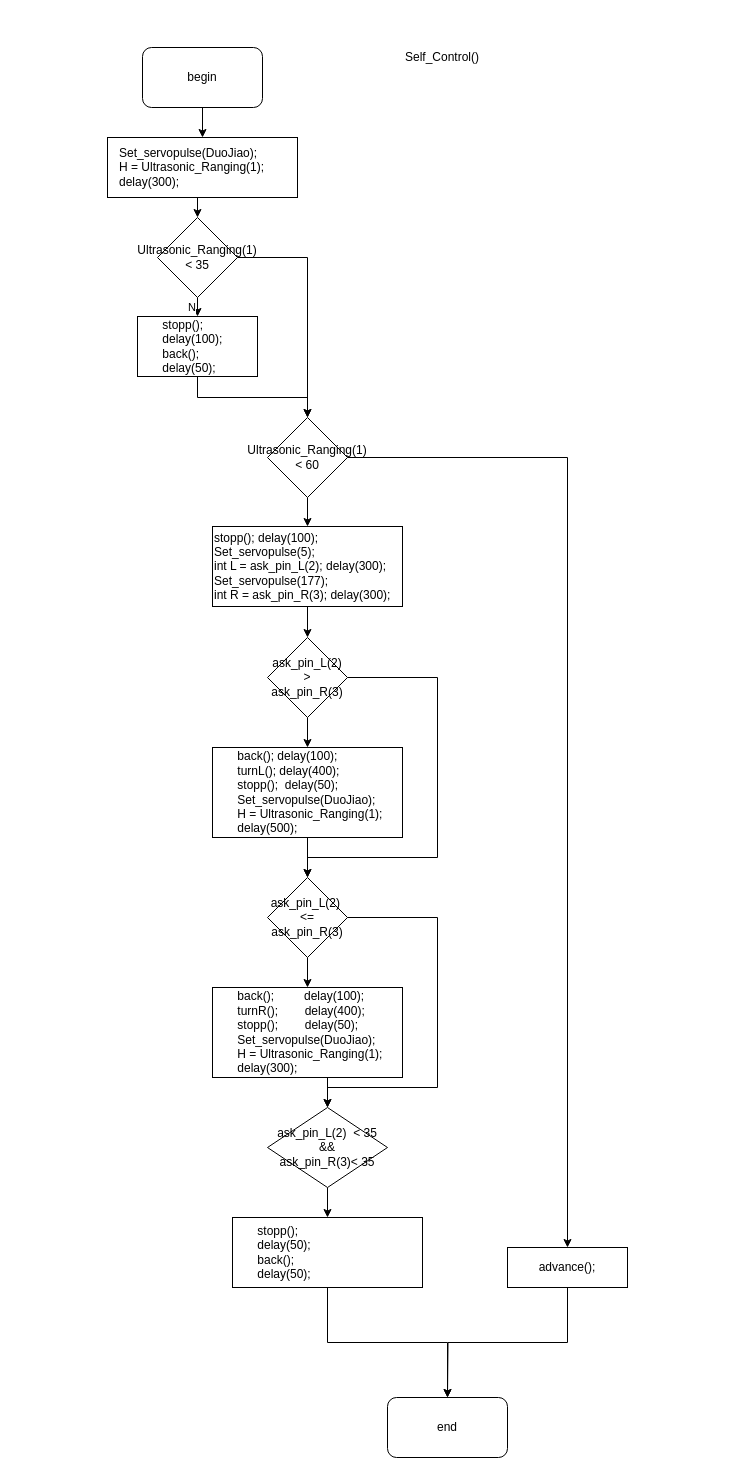
Above: page "Self_Control" (2 of 5) of Obstacle_Avoidance_Car.drawio in TLR1000/robocar (draw.io), before the change. Source tidied: cells renumbered, new cells numbered last; positions are measured from the earlier drawing's top-left corner, leaving out a move shared by most shapes. Both pictures are drawn from the tidied source at 100%, with x=0, y=0 at pixel (107, 47).
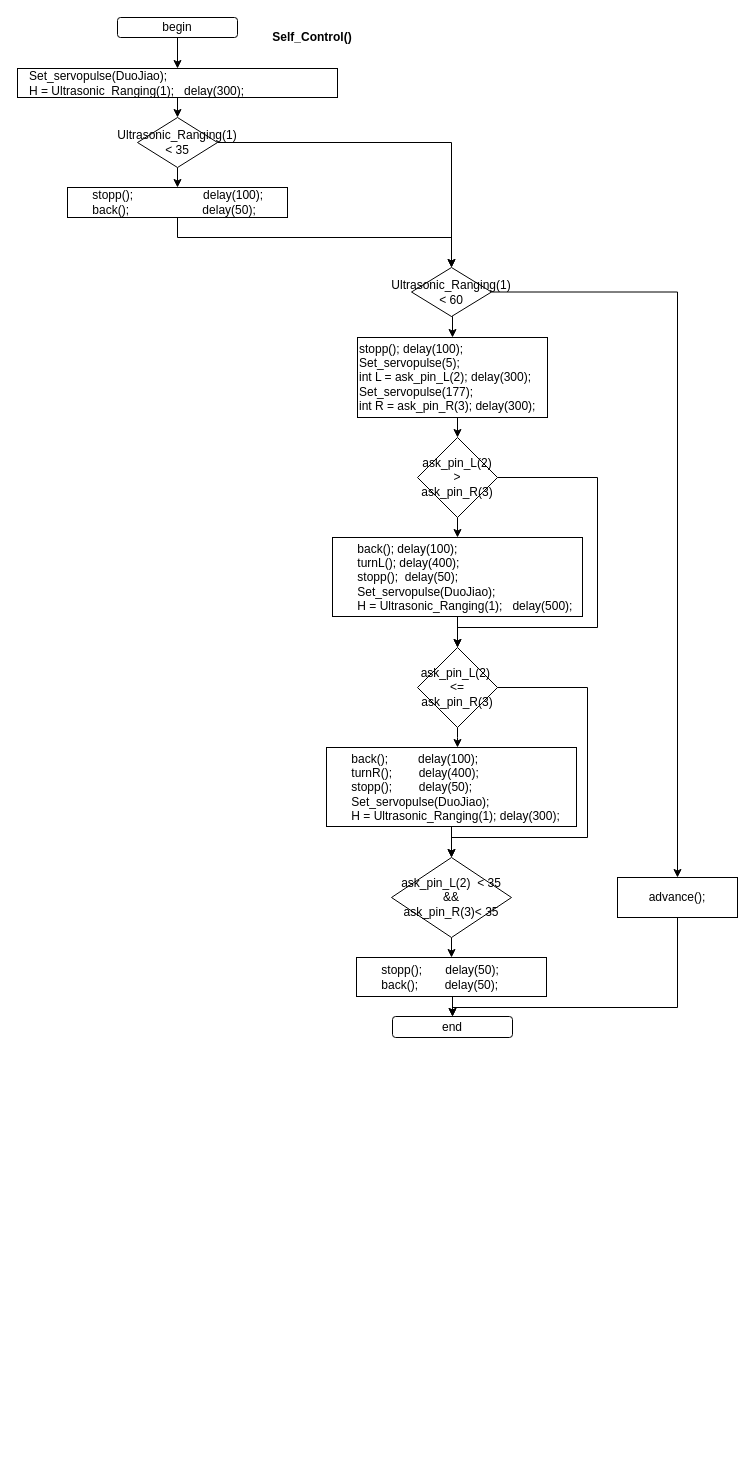
The same page after the edit.

What changed in the source:
```diff
@@
-    <mxCell id="2" style="edgeStyle=orthogonalEdgeStyle;rounded=0;jettySize=auto;html=1;exitX=0.5;exitY=1;exitDx=0;exitDy=0;entryX=0.5;entryY=0;entryDx=0;entryDy=0;" parent="1" edge="1" target="6">
-      <mxGeometry relative="1" as="geometry">
-        <mxPoint x="90" y="150" as="sourcePoint" />
-      </mxGeometry>
+    <mxCell id="2" style="edgeStyle=orthogonalEdgeStyle;rounded=0;jettySize=auto;html=1;exitX=0.5;exitY=1;exitDx=0;exitDy=0;entryX=0.5;entryY=0;entryDx=0;entryDy=0;" parent="1" edge="1" source="31" target="6">
+      <mxGeometry relative="1" as="geometry" />
     </mxCell>
-    <mxCell id="3" value="Self_Control()" style="text;html=1;strokeColor=none;fillColor=none;align=center;verticalAlign=middle;whiteSpace=wrap;rounded=0;" parent="1" vertex="1">
-      <mxGeometry x="315" width="40" height="20" as="geometry" />
+    <mxCell id="3" value="Self_Control()" style="text;html=1;strokeColor=none;fillColor=none;align=center;verticalAlign=middle;whiteSpace=wrap;rounded=0;fontStyle=1;" parent="1" vertex="1">
+      <mxGeometry x="185" y="-20" width="40" height="20" as="geometry" />
     </mxCell>
+    <mxCell id="5" style="edgeStyle=orthogonalEdgeStyle;rounded=0;jettySize=auto;html=1;exitX=1;exitY=0.5;exitDx=0;exitDy=0;entryX=0.5;entryY=0;entryDx=0;entryDy=0;" parent="1" edge="1" source="6" target="11">
+      <mxGeometry relative="1" as="geometry" />
+    </mxCell>
-    <mxCell id="4" value="&lt;div&gt;N&lt;/div&gt;" style="edgeStyle=orthogonalEdgeStyle;rounded=0;jettySize=auto;html=1;exitX=0.5;exitY=1;exitDx=0;exitDy=0;entryX=0.5;entryY=0;entryDx=0;entryDy=0;align=right;" parent="1" edge="1" source="6" target="8">
+    <mxCell id="4" style="edgeStyle=orthogonalEdgeStyle;rounded=0;jettySize=auto;html=1;exitX=0.5;exitY=1;exitDx=0;exitDy=0;entryX=0.5;entryY=0;entryDx=0;entryDy=0;" parent="1" edge="1" source="6" target="8">
       <mxGeometry relative="1" as="geometry" />
     </mxCell>
-    <mxCell id="5" style="edgeStyle=orthogonalEdgeStyle;rounded=0;jettySize=auto;html=1;exitX=1;exitY=0.5;exitDx=0;exitDy=0;entryX=0.5;entryY=0;entryDx=0;entryDy=0;" parent="1" edge="1" source="6" target="11">
-      <mxGeometry relative="1" as="geometry" />
-    </mxCell>
     <mxCell id="6" value="Ultrasonic_Ranging(1) &amp;lt; 35" style="rhombus;whiteSpace=wrap;html=1;align=center;" parent="1" vertex="1">
-      <mxGeometry x="50" y="170" width="80" height="80" as="geometry" />
+      <mxGeometry x="30" y="70" width="80" height="50" as="geometry" />
     </mxCell>
     <mxCell id="7" style="edgeStyle=orthogonalEdgeStyle;rounded=0;jettySize=auto;html=1;exitX=0.5;exitY=1;exitDx=0;exitDy=0;entryX=0.5;entryY=0;entryDx=0;entryDy=0;" parent="1" edge="1" source="8" target="11">
       <mxGeometry relative="1" as="geometry">
         <Array as="points">
-          <mxPoint x="90" y="350" />
-          <mxPoint x="200" y="350" />
+          <mxPoint x="70" y="190" />
+          <mxPoint x="344" y="190" />
         </Array>
       </mxGeometry>
     </mxCell>
-    <mxCell id="8" value="&lt;div&gt;&amp;nbsp; &amp;nbsp; &amp;nbsp; &amp;nbsp;stopp();&amp;nbsp; &amp;nbsp; &amp;nbsp; &amp;nbsp; &amp;nbsp; &amp;nbsp; &amp;nbsp;&amp;nbsp;&lt;/div&gt;&lt;div&gt;&amp;nbsp; &amp;nbsp; &amp;nbsp; &amp;nbsp;delay(100);&lt;/div&gt;&lt;div&gt;&amp;nbsp; &amp;nbsp; &amp;nbsp; &amp;nbsp;back();&amp;nbsp; &amp;nbsp; &amp;nbsp; &amp;nbsp; &amp;nbsp; &amp;nbsp; &amp;nbsp; &amp;nbsp;&lt;/div&gt;&lt;div&gt;&amp;nbsp; &amp;nbsp; &amp;nbsp; &amp;nbsp;delay(50);&lt;/div&gt;" style="rounded=0;whiteSpace=wrap;html=1;align=left;" parent="1" vertex="1">
-      <mxGeometry x="30" y="269" width="120" height="60" as="geometry" />
+    <mxCell id="8" value="&lt;div&gt;&amp;nbsp; &amp;nbsp; &amp;nbsp; &amp;nbsp;stopp();&amp;nbsp; &amp;nbsp; &amp;nbsp; &amp;nbsp; &amp;nbsp; &amp;nbsp; &amp;nbsp;&amp;nbsp;&lt;span&gt;&amp;nbsp; &amp;nbsp; &amp;nbsp; &amp;nbsp;delay(100);&lt;/span&gt;&lt;/div&gt;&lt;div&gt;&amp;nbsp; &amp;nbsp; &amp;nbsp; &amp;nbsp;back();&amp;nbsp; &amp;nbsp; &amp;nbsp; &amp;nbsp; &amp;nbsp; &amp;nbsp; &amp;nbsp; &amp;nbsp;&lt;span&gt;&amp;nbsp; &amp;nbsp; &amp;nbsp; &amp;nbsp;delay(50);&lt;/span&gt;&lt;/div&gt;" style="rounded=0;whiteSpace=wrap;html=1;align=left;" parent="1" vertex="1">
+      <mxGeometry x="-40" y="140" width="220" height="30" as="geometry" />
     </mxCell>
@@
     <mxCell id="11" value="&lt;span style=&quot;white-space: normal;&quot;&gt;Ultrasonic_Ranging(1) &amp;lt; 60&lt;/span&gt;" style="rhombus;whiteSpace=wrap;html=1;align=center;" parent="1" vertex="1">
-      <mxGeometry x="160" y="370" width="80" height="80" as="geometry" />
+      <mxGeometry x="304" y="220" width="80" height="49" as="geometry" />
     </mxCell>
@@
     <mxCell id="13" value="&lt;span style=&quot;white-space: nowrap&quot;&gt;stopp(); delay(100);&amp;nbsp;&lt;/span&gt;&lt;br style=&quot;white-space: nowrap&quot;&gt;&lt;span style=&quot;white-space: nowrap&quot;&gt;Set_servopulse(5);&amp;nbsp;&lt;/span&gt;&lt;br style=&quot;white-space: nowrap&quot;&gt;&lt;span style=&quot;white-space: nowrap&quot;&gt;int L = ask_pin_L(2); delay(300);&amp;nbsp;&lt;/span&gt;&lt;br style=&quot;white-space: nowrap&quot;&gt;&lt;span style=&quot;white-space: nowrap&quot;&gt;Set_servopulse(177);&amp;nbsp;&lt;/span&gt;&lt;br style=&quot;white-space: nowrap&quot;&gt;&lt;span style=&quot;white-space: nowrap&quot;&gt;int R = ask_pin_R(3); delay(300);&lt;/span&gt;" style="rounded=0;whiteSpace=wrap;html=1;align=left;" parent="1" vertex="1">
-      <mxGeometry x="105" y="479" width="190" height="80" as="geometry" />
+      <mxGeometry x="250" y="290" width="190" height="80" as="geometry" />
     </mxCell>
@@
     <mxCell id="15" style="edgeStyle=orthogonalEdgeStyle;rounded=0;jettySize=auto;html=1;exitX=1;exitY=0.5;exitDx=0;exitDy=0;entryX=0.5;entryY=0;entryDx=0;entryDy=0;" parent="1" edge="1" source="16" target="20">
       <mxGeometry relative="1" as="geometry">
         <Array as="points">
-          <mxPoint x="330" y="630" />
-          <mxPoint x="330" y="810" />
-          <mxPoint x="200" y="810" />
+          <mxPoint x="490" y="430" />
+          <mxPoint x="490" y="580" />
+          <mxPoint x="350" y="580" />
         </Array>
       </mxGeometry>
     </mxCell>
     <mxCell id="16" value="ask_pin_L(2) &amp;gt; ask_pin_R(3)" style="rhombus;whiteSpace=wrap;html=1;align=center;" parent="1" vertex="1">
-      <mxGeometry x="160" y="590" width="80" height="80" as="geometry" />
+      <mxGeometry x="310" y="390" width="80" height="80" as="geometry" />
     </mxCell>
@@
-    <mxCell id="18" value="&lt;div&gt;&lt;span style=&quot;white-space: nowrap&quot;&gt;&amp;nbsp; &amp;nbsp; &amp;nbsp; &amp;nbsp;back();&amp;nbsp;&lt;/span&gt;&lt;span style=&quot;white-space: nowrap&quot;&gt;delay(100);&amp;nbsp; &amp;nbsp; &amp;nbsp;&amp;nbsp;&lt;/span&gt;&lt;/div&gt;&lt;div&gt;&lt;span style=&quot;white-space: nowrap&quot;&gt;&amp;nbsp; &amp;nbsp; &amp;nbsp; &amp;nbsp;turnL();&lt;/span&gt;&lt;span style=&quot;white-space: nowrap&quot;&gt;&amp;nbsp;delay(400);&amp;nbsp; &amp;nbsp; &amp;nbsp; &amp;nbsp; &amp;nbsp; &amp;nbsp; &amp;nbsp; &amp;nbsp; &amp;nbsp;&amp;nbsp;&lt;/span&gt;&lt;/div&gt;&lt;div&gt;&lt;span style=&quot;white-space: nowrap&quot;&gt;&amp;nbsp; &amp;nbsp; &amp;nbsp; &amp;nbsp;stopp();&amp;nbsp; d&lt;/span&gt;&lt;span style=&quot;white-space: nowrap&quot;&gt;elay(50);&amp;nbsp; &amp;nbsp; &amp;nbsp; &amp;nbsp; &amp;nbsp; &amp;nbsp;&amp;nbsp;&lt;/span&gt;&lt;/div&gt;&lt;div&gt;&lt;span style=&quot;white-space: nowrap&quot;&gt;&amp;nbsp; &amp;nbsp; &amp;nbsp; &amp;nbsp;Set_servopulse(DuoJiao);&lt;/span&gt;&lt;/div&gt;&lt;div&gt;&lt;span style=&quot;white-space: nowrap&quot;&gt;&amp;nbsp; &amp;nbsp; &amp;nbsp; &amp;nbsp;H = Ultrasonic_Ranging(1);&lt;/span&gt;&lt;/div&gt;&lt;div&gt;&lt;span style=&quot;white-space: nowrap&quot;&gt;&amp;nbsp; &amp;nbsp; &amp;nbsp; &amp;nbsp;delay(500);&lt;/span&gt;&lt;/div&gt;" style="rounded=0;whiteSpace=wrap;html=1;align=left;" parent="1" vertex="1">
-      <mxGeometry x="105" y="700" width="190" height="90" as="geometry" />
+    <mxCell id="18" value="&lt;div&gt;&lt;span style=&quot;white-space: nowrap&quot;&gt;&amp;nbsp; &amp;nbsp; &amp;nbsp; &amp;nbsp;back();&amp;nbsp;&lt;/span&gt;&lt;span style=&quot;white-space: nowrap&quot;&gt;delay(100);&amp;nbsp; &amp;nbsp; &amp;nbsp;&amp;nbsp;&lt;/span&gt;&lt;/div&gt;&lt;div&gt;&lt;span style=&quot;white-space: nowrap&quot;&gt;&amp;nbsp; &amp;nbsp; &amp;nbsp; &amp;nbsp;turnL();&lt;/span&gt;&lt;span style=&quot;white-space: nowrap&quot;&gt;&amp;nbsp;delay(400);&amp;nbsp; &amp;nbsp; &amp;nbsp; &amp;nbsp; &amp;nbsp; &amp;nbsp; &amp;nbsp; &amp;nbsp; &amp;nbsp;&amp;nbsp;&lt;/span&gt;&lt;/div&gt;&lt;div&gt;&lt;span style=&quot;white-space: nowrap&quot;&gt;&amp;nbsp; &amp;nbsp; &amp;nbsp; &amp;nbsp;stopp();&amp;nbsp; d&lt;/span&gt;&lt;span style=&quot;white-space: nowrap&quot;&gt;elay(50);&amp;nbsp; &amp;nbsp; &amp;nbsp; &amp;nbsp; &amp;nbsp; &amp;nbsp;&amp;nbsp;&lt;/span&gt;&lt;/div&gt;&lt;div&gt;&lt;span style=&quot;white-space: nowrap&quot;&gt;&amp;nbsp; &amp;nbsp; &amp;nbsp; &amp;nbsp;Set_servopulse(DuoJiao);&lt;/span&gt;&lt;/div&gt;&lt;div&gt;&lt;span style=&quot;white-space: nowrap&quot;&gt;&amp;nbsp; &amp;nbsp; &amp;nbsp; &amp;nbsp;H = Ultrasonic_Ranging(1);&lt;/span&gt;&lt;span style=&quot;white-space: nowrap&quot;&gt;&amp;nbsp; &amp;nbsp;delay(500);&lt;/span&gt;&lt;/div&gt;" style="rounded=0;whiteSpace=wrap;html=1;align=left;" parent="1" vertex="1">
+      <mxGeometry x="225" y="490" width="250" height="79" as="geometry" />
     </mxCell>
     <mxCell id="19" style="edgeStyle=orthogonalEdgeStyle;rounded=0;jettySize=auto;html=1;exitX=0.5;exitY=1;exitDx=0;exitDy=0;" parent="1" edge="1" source="20" target="23">
-      <mxGeometry relative="1" as="geometry" />
+      <mxGeometry relative="1" as="geometry">
+        <Array as="points">
+          <mxPoint x="350" y="690" />
+          <mxPoint x="350" y="690" />
+        </Array>
+      </mxGeometry>
     </mxCell>
     <mxCell id="20" value="ask_pin_L(2)&amp;nbsp; &amp;lt;= ask_pin_R(3)" style="rhombus;whiteSpace=wrap;html=1;align=center;" parent="1" vertex="1">
-      <mxGeometry x="160" y="830" width="80" height="80" as="geometry" />
+      <mxGeometry x="310" y="600" width="80" height="80" as="geometry" />
     </mxCell>
-    <mxCell id="21" style="edgeStyle=orthogonalEdgeStyle;rounded=0;jettySize=auto;html=1;exitX=0.5;exitY=1;exitDx=0;exitDy=0;entryX=0.5;entryY=0;entryDx=0;entryDy=0;" parent="1" edge="1" source="23" target="25">
+    <mxCell id="21" style="edgeStyle=orthogonalEdgeStyle;rounded=0;jettySize=auto;html=1;entryX=0.5;entryY=0;entryDx=0;entryDy=0;exitX=0.5;exitY=1;exitDx=0;exitDy=0;" parent="1" edge="1" source="23" target="25">
       <mxGeometry relative="1" as="geometry" />
     </mxCell>
     <mxCell id="22" style="edgeStyle=orthogonalEdgeStyle;rounded=0;jettySize=auto;html=1;exitX=1;exitY=0.5;exitDx=0;exitDy=0;entryX=0.5;entryY=0;entryDx=0;entryDy=0;" parent="1" edge="1" source="20" target="25">
       <mxGeometry relative="1" as="geometry">
         <Array as="points">
-          <mxPoint x="330" y="870" />
-          <mxPoint x="330" y="1040" />
-          <mxPoint x="220" y="1040" />
+          <mxPoint x="480" y="640" />
+          <mxPoint x="480" y="790" />
+          <mxPoint x="344" y="790" />
         </Array>
       </mxGeometry>
     </mxCell>
-    <mxCell id="23" value="&lt;div&gt;&lt;span style=&quot;white-space: nowrap&quot;&gt;&amp;nbsp; &amp;nbsp; &amp;nbsp; &amp;nbsp;back();&amp;nbsp;&amp;nbsp;&lt;/span&gt;&lt;span style=&quot;white-space: nowrap&quot;&gt;&amp;nbsp; &amp;nbsp; &amp;nbsp; &amp;nbsp;delay(100);&amp;nbsp;&amp;nbsp;&lt;/span&gt;&lt;/div&gt;&lt;div&gt;&lt;span style=&quot;white-space: nowrap&quot;&gt;&amp;nbsp; &amp;nbsp; &amp;nbsp; &amp;nbsp;turnR();&amp;nbsp;&lt;/span&gt;&lt;span style=&quot;white-space: nowrap&quot;&gt;&amp;nbsp; &amp;nbsp; &amp;nbsp; &amp;nbsp;delay(400);&amp;nbsp; &amp;nbsp;&lt;/span&gt;&lt;/div&gt;&lt;div&gt;&lt;span style=&quot;white-space: nowrap&quot;&gt;&amp;nbsp; &amp;nbsp; &amp;nbsp; &amp;nbsp;stopp();&lt;/span&gt;&lt;span style=&quot;white-space: nowrap&quot;&gt;&amp;nbsp; &amp;nbsp; &amp;nbsp; &amp;nbsp; delay(50);&amp;nbsp; &amp;nbsp; &amp;nbsp; &amp;nbsp; &amp;nbsp; &amp;nbsp;&amp;nbsp;&lt;/span&gt;&lt;/div&gt;&lt;div&gt;&lt;span style=&quot;white-space: nowrap&quot;&gt;&amp;nbsp; &amp;nbsp; &amp;nbsp; &amp;nbsp;Set_servopulse(DuoJiao);&lt;/span&gt;&lt;/div&gt;&lt;div&gt;&lt;span style=&quot;white-space: nowrap&quot;&gt;&amp;nbsp; &amp;nbsp; &amp;nbsp; &amp;nbsp;H = Ultrasonic_Ranging(1);&lt;/span&gt;&lt;/div&gt;&lt;div&gt;&lt;span style=&quot;white-space: nowrap&quot;&gt;&amp;nbsp; &amp;nbsp; &amp;nbsp; &amp;nbsp;delay(300);&amp;nbsp;&amp;nbsp;&lt;/span&gt;&lt;/div&gt;" style="rounded=0;whiteSpace=wrap;html=1;align=left;" parent="1" vertex="1">
-      <mxGeometry x="105" y="940" width="190" height="90" as="geometry" />
+    <mxCell id="23" value="&lt;div&gt;&lt;span style=&quot;white-space: nowrap&quot;&gt;&amp;nbsp; &amp;nbsp; &amp;nbsp; &amp;nbsp;back();&amp;nbsp;&amp;nbsp;&lt;/span&gt;&lt;span style=&quot;white-space: nowrap&quot;&gt;&amp;nbsp; &amp;nbsp; &amp;nbsp; &amp;nbsp;delay(100);&amp;nbsp;&amp;nbsp;&lt;/span&gt;&lt;/div&gt;&lt;div&gt;&lt;span style=&quot;white-space: nowrap&quot;&gt;&amp;nbsp; &amp;nbsp; &amp;nbsp; &amp;nbsp;turnR();&amp;nbsp;&lt;/span&gt;&lt;span style=&quot;white-space: nowrap&quot;&gt;&amp;nbsp; &amp;nbsp; &amp;nbsp; &amp;nbsp;delay(400);&amp;nbsp; &amp;nbsp;&lt;/span&gt;&lt;/div&gt;&lt;div&gt;&lt;span style=&quot;white-space: nowrap&quot;&gt;&amp;nbsp; &amp;nbsp; &amp;nbsp; &amp;nbsp;stopp();&lt;/span&gt;&lt;span style=&quot;white-space: nowrap&quot;&gt;&amp;nbsp; &amp;nbsp; &amp;nbsp; &amp;nbsp; delay(50);&amp;nbsp; &amp;nbsp; &amp;nbsp; &amp;nbsp; &amp;nbsp; &amp;nbsp;&amp;nbsp;&lt;/span&gt;&lt;/div&gt;&lt;div&gt;&lt;span style=&quot;white-space: nowrap&quot;&gt;&amp;nbsp; &amp;nbsp; &amp;nbsp; &amp;nbsp;Set_servopulse(DuoJiao);&lt;/span&gt;&lt;/div&gt;&lt;div&gt;&lt;span style=&quot;white-space: nowrap&quot;&gt;&amp;nbsp; &amp;nbsp; &amp;nbsp; &amp;nbsp;H = Ultrasonic_Ranging(1);&amp;nbsp;&lt;/span&gt;&lt;span style=&quot;white-space: nowrap&quot;&gt;delay(300);&amp;nbsp;&amp;nbsp;&lt;/span&gt;&lt;/div&gt;" style="rounded=0;whiteSpace=wrap;html=1;align=left;" parent="1" vertex="1">
+      <mxGeometry x="219" y="700" width="250" height="79" as="geometry" />
     </mxCell>
@@
     <mxCell id="25" value="ask_pin_L(2)&amp;nbsp; &amp;lt; 35 &lt;br&gt;&amp;amp;&amp;amp; &lt;br&gt;ask_pin_R(3)&amp;lt; 35" style="rhombus;whiteSpace=wrap;html=1;align=center;" parent="1" vertex="1">
-      <mxGeometry x="160" y="1060" width="120" height="80" as="geometry" />
+      <mxGeometry x="284" y="810" width="120" height="80" as="geometry" />
     </mxCell>
@@
-    <mxCell id="27" value="&lt;div&gt;&lt;span style=&quot;white-space: nowrap&quot;&gt;&amp;nbsp; &amp;nbsp; &amp;nbsp; &amp;nbsp;stopp();&amp;nbsp; &amp;nbsp; &amp;nbsp; &amp;nbsp; &amp;nbsp; &amp;nbsp;&amp;nbsp;&lt;/span&gt;&lt;/div&gt;&lt;div&gt;&lt;span style=&quot;white-space: nowrap&quot;&gt;&amp;nbsp; &amp;nbsp; &amp;nbsp; &amp;nbsp;delay(50);&lt;/span&gt;&lt;/div&gt;&lt;div&gt;&lt;span style=&quot;white-space: nowrap&quot;&gt;&amp;nbsp; &amp;nbsp; &amp;nbsp; &amp;nbsp;back();&amp;nbsp;&lt;/span&gt;&lt;/div&gt;&lt;div&gt;&lt;span style=&quot;white-space: nowrap&quot;&gt;&amp;nbsp; &amp;nbsp; &amp;nbsp; &amp;nbsp;delay(50);&amp;nbsp;&lt;/span&gt;&lt;/div&gt;" style="rounded=0;whiteSpace=wrap;html=1;align=left;" parent="1" vertex="1">
-      <mxGeometry x="125" y="1170" width="190" height="70" as="geometry" />
+    <mxCell id="27" value="&lt;div&gt;&lt;span style=&quot;white-space: nowrap&quot;&gt;&amp;nbsp; &amp;nbsp; &amp;nbsp; &amp;nbsp;stopp();&amp;nbsp; &amp;nbsp; &amp;nbsp; &amp;nbsp;&lt;/span&gt;&lt;span style=&quot;white-space: nowrap&quot;&gt;delay(50);&lt;/span&gt;&lt;/div&gt;&lt;div&gt;&lt;span style=&quot;white-space: nowrap&quot;&gt;&amp;nbsp; &amp;nbsp; &amp;nbsp; &amp;nbsp;back();&amp;nbsp;&lt;/span&gt;&lt;span style=&quot;white-space: nowrap&quot;&gt;&amp;nbsp; &amp;nbsp; &amp;nbsp; &amp;nbsp;delay(50);&amp;nbsp;&lt;/span&gt;&lt;/div&gt;" style="rounded=0;whiteSpace=wrap;html=1;align=left;" parent="1" vertex="1">
+      <mxGeometry x="249" y="910" width="190" height="39" as="geometry" />
     </mxCell>
-    <mxCell id="28" style="edgeStyle=orthogonalEdgeStyle;rounded=0;jettySize=auto;html=1;exitX=0.5;exitY=1;exitDx=0;exitDy=0;" parent="1" edge="1" source="29">
+    <mxCell id="28" style="edgeStyle=orthogonalEdgeStyle;rounded=0;jettySize=auto;html=1;exitX=0.5;exitY=1;exitDx=0;exitDy=0;entryX=0.5;entryY=0;entryDx=0;entryDy=0;" parent="1" edge="1" source="29" target="30">
       <mxGeometry relative="1" as="geometry">
-        <mxPoint x="340" y="1350" as="targetPoint" />
+        <Array as="points">
+          <mxPoint x="570" y="960" />
+          <mxPoint x="345" y="960" />
+        </Array>
       </mxGeometry>
     </mxCell>
     <mxCell id="29" value="&lt;div&gt;&lt;span style=&quot;white-space: nowrap&quot;&gt;advance();&lt;/span&gt;&lt;/div&gt;" style="rounded=0;whiteSpace=wrap;html=1;align=center;" parent="1" vertex="1">
-      <mxGeometry x="400" y="1200" width="120" height="40" as="geometry" />
+      <mxGeometry x="510" y="830" width="120" height="40" as="geometry" />
     </mxCell>
     <mxCell id="30" value="end" style="rounded=1;whiteSpace=wrap;html=1;align=center;" parent="1" vertex="1">
-      <mxGeometry x="280" y="1350" width="120" height="60" as="geometry" />
+      <mxGeometry x="285" y="969" width="120" height="21" as="geometry" />
     </mxCell>
-    <mxCell id="31" value="&lt;div&gt;&amp;nbsp; &amp;nbsp;Set_servopulse(DuoJiao);&lt;br&gt;&lt;/div&gt;&lt;div&gt;&amp;nbsp; &amp;nbsp;H = Ultrasonic_Ranging(1);&lt;br&gt;&lt;/div&gt;&lt;div&gt;&amp;nbsp; &amp;nbsp;delay(300);&amp;nbsp; &amp;nbsp;&lt;/div&gt;" style="rounded=0;whiteSpace=wrap;html=1;align=left;" parent="1" vertex="1">
-      <mxGeometry y="90" width="190" height="60" as="geometry" />
+    <mxCell id="31" value="&lt;div&gt;&amp;nbsp; &amp;nbsp;Set_servopulse(DuoJiao);&lt;br&gt;&lt;/div&gt;&lt;div&gt;&amp;nbsp; &amp;nbsp;H = Ultrasonic_Ranging(1);&lt;span&gt;&amp;nbsp; &amp;nbsp;delay(300);&amp;nbsp; &amp;nbsp;&lt;/span&gt;&lt;/div&gt;" style="rounded=0;whiteSpace=wrap;html=1;align=left;" parent="1" vertex="1">
+      <mxGeometry x="-90" y="21" width="320" height="29" as="geometry" />
     </mxCell>
@@
     <mxCell id="33" value="begin" style="rounded=1;whiteSpace=wrap;html=1;align=center;" parent="1" vertex="1">
-      <mxGeometry x="35" width="120" height="60" as="geometry" />
+      <mxGeometry x="10" y="-30" width="120" height="20" as="geometry" />
     </mxCell>
```
